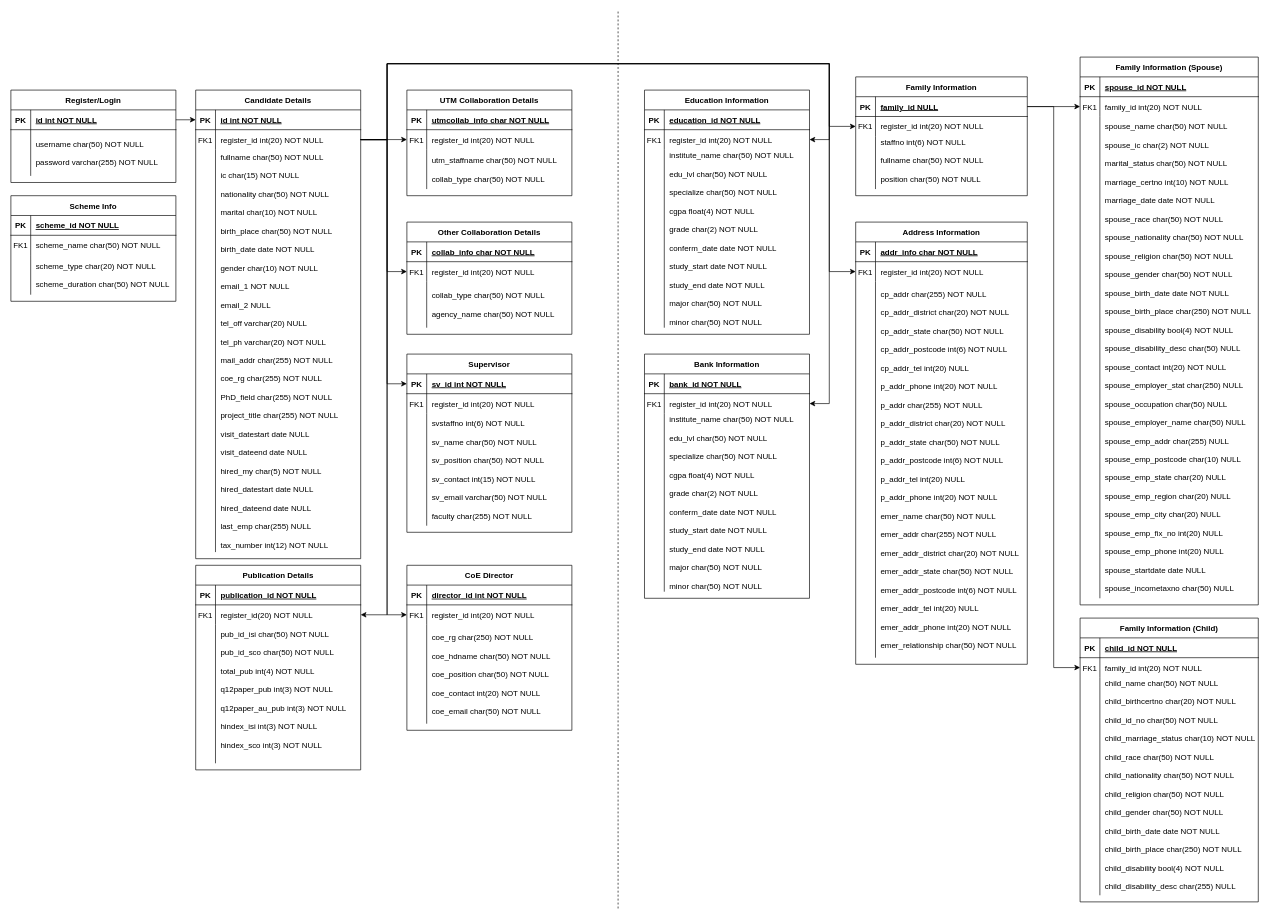
Above: Untitled Diagram.drawio in MohdSanusi/RF (draw.io), before the change. Source tidied: cells renumbered, new cells numbered last; positions are measured from the earlier drawing's top-left corner, leaving out a move shared by most shapes. Both pictures are drawn from the tidied source at 66%, with x=0, y=0 at pixel (11, 11).
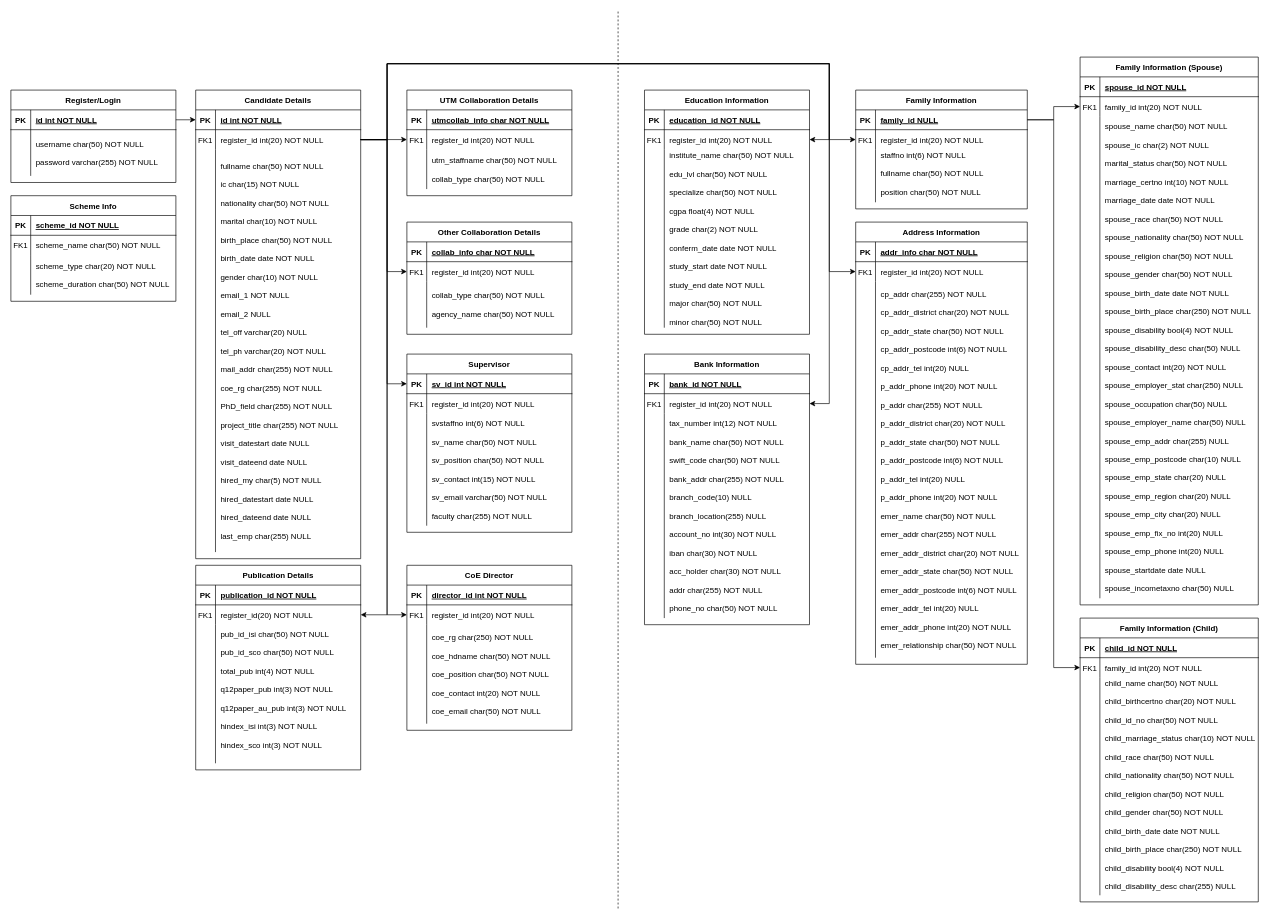
The same page after the edit.

Unchanged cells that the change refers to:
```xml
<mxCell id="6" style="shape=partialRectangle;fillColor=none;points=[[0,0.5],[1,0.5]];portConstraint=eastwest;top=0;left=0;right=0;bottom=0;" parent="2" vertex="1">
  <mxGeometry y="60" width="250" height="30" as="geometry" />
</mxCell>
<mxCell id="9" style="shape=partialRectangle;fillColor=none;top=0;left=0;right=0;bottom=0;" parent="2" vertex="1">
  <mxGeometry y="90" width="250" height="610" as="geometry" />
</mxCell>
<mxCell id="87" style="shape=partialRectangle;fillColor=none;points=[[0,0.5],[1,0.5]];portConstraint=eastwest;top=0;left=0;right=0;bottom=1;" parent="86" vertex="1">
  <mxGeometry y="30" width="260" height="30" as="geometry" />
</mxCell>
<mxCell id="90" style="shape=partialRectangle;fillColor=none;points=[[0,0.5],[1,0.5]];portConstraint=eastwest;top=0;left=0;right=0;bottom=0;" parent="86" vertex="1">
  <mxGeometry y="60" width="260" height="30" as="geometry" />
</mxCell>
<mxCell id="121" style="shape=partialRectangle;fillColor=none;points=[[0,0.5],[1,0.5]];portConstraint=eastwest;top=0;left=0;right=0;bottom=0;" parent="117" vertex="1">
  <mxGeometry y="60" width="270" height="30" as="geometry" />
</mxCell>
```

Diff of the diagram source:
```diff
@@
-    <mxCell id="11" value="fullname char(50) NOT NULL&#10;&#10;ic char(15) NOT NULL&#10;&#10;nationality char(50) NOT NULL&#10;&#10;marital char(10) NOT NULL&#10;&#10;birth_place char(50) NOT NULL&#10;&#10;birth_date date NOT NULL&#10;&#10;gender char(10) NOT NULL&#10;&#10;email_1 NOT NULL&#10;&#10;email_2 NULL&#10;&#10;tel_off varchar(20) NULL&#10;&#10;tel_ph varchar(20) NOT NULL&#10;&#10;mail_addr char(255) NOT NULL&#10;&#10;coe_rg char(255) NOT NULL&#10;&#10;PhD_field char(255) NOT NULL&#10;&#10;project_title char(255) NOT NULL&#10;&#10;visit_datestart date NULL&#10;&#10;visit_dateend date NULL&#10;&#10;hired_my char(5) NOT NULL&#10;&#10;hired_datestart date NULL&#10;&#10;hired_dateend date NULL&#10;&#10;last_emp char(255) NULL&#10;&#10;tax_number int(12) NOT NULL" style="shape=partialRectangle;overflow=hidden;fillColor=none;top=0;left=0;bottom=0;right=0;align=left;spacingLeft=6;" parent="9" vertex="1">
+    <mxCell id="11" value="fullname char(50) NOT NULL&#10;&#10;ic char(15) NOT NULL&#10;&#10;nationality char(50) NOT NULL&#10;&#10;marital char(10) NOT NULL&#10;&#10;birth_place char(50) NOT NULL&#10;&#10;birth_date date NOT NULL&#10;&#10;gender char(10) NOT NULL&#10;&#10;email_1 NOT NULL&#10;&#10;email_2 NULL&#10;&#10;tel_off varchar(20) NULL&#10;&#10;tel_ph varchar(20) NOT NULL&#10;&#10;mail_addr char(255) NOT NULL&#10;&#10;coe_rg char(255) NOT NULL&#10;&#10;PhD_field char(255) NOT NULL&#10;&#10;project_title char(255) NOT NULL&#10;&#10;visit_datestart date NULL&#10;&#10;visit_dateend date NULL&#10;&#10;hired_my char(5) NOT NULL&#10;&#10;hired_datestart date NULL&#10;&#10;hired_dateend date NULL&#10;&#10;last_emp char(255) NULL" style="shape=partialRectangle;overflow=hidden;fillColor=none;top=0;left=0;bottom=0;right=0;align=left;spacingLeft=6;" parent="9" vertex="1">
       <mxGeometry x="30" width="220" height="610" as="geometry" />
     </mxCell>
@@
     <mxCell id="86" value="Family Information" style="shape=table;startSize=30;childLayout=tableLayout;rowLines=0;fontStyle=1;align=center;" parent="1" vertex="1">
-      <mxGeometry x="1280" y="100" width="260" height="180" as="geometry" />
+      <mxGeometry x="1280" y="120" width="260" height="180" as="geometry" />
     </mxCell>
@@
     <mxCell id="96" value="Bank Information" style="shape=table;startSize=30;childLayout=tableLayout;rowLines=0;fontStyle=1;align=center;" parent="1" vertex="1">
-      <mxGeometry x="960" y="520" width="250" height="370" as="geometry" />
+      <mxGeometry x="960" y="520" width="250" height="410" as="geometry" />
     </mxCell>
@@
     <mxCell id="103" style="shape=partialRectangle;fillColor=none;top=0;left=0;right=0;bottom=0;" parent="96" vertex="1">
-      <mxGeometry y="90" width="250" height="270" as="geometry" />
+      <mxGeometry y="90" width="250" height="310" as="geometry" />
     </mxCell>
     <mxCell id="104" style="shape=partialRectangle;overflow=hidden;fillColor=none;top=0;left=0;bottom=0;right=0;" parent="103" vertex="1">
-      <mxGeometry width="30" height="270" as="geometry" />
+      <mxGeometry width="30" height="310" as="geometry" />
     </mxCell>
-    <mxCell id="105" value="institute_name char(50) NOT NULL&#10;&#10;edu_lvl char(50) NOT NULL&#10;&#10;specialize char(50) NOT NULL&#10;&#10;cgpa float(4) NOT NULL&#10;&#10;grade char(2) NOT NULL&#10;&#10;conferm_date date NOT NULL&#10;&#10;study_start date NOT NULL&#10;&#10;study_end date NOT NULL&#10;&#10;major char(50) NOT NULL&#10;&#10;minor char(50) NOT NULL" style="shape=partialRectangle;overflow=hidden;fillColor=none;top=0;left=0;bottom=0;right=0;align=left;spacingLeft=6;" parent="103" vertex="1">
-      <mxGeometry x="30" width="220" height="270" as="geometry" />
+    <mxCell id="105" value="tax_number int(12) NOT NULL&#10;&#10;bank_name char(50) NOT NULL&#10;&#10;swift_code char(50) NOT NULL&#10;&#10;bank_addr char(255) NOT NULL&#10;&#10;branch_code(10) NULL&#10;&#10;branch_location(255) NULL&#10;&#10;account_no int(30) NOT NULL&#10;&#10;iban char(30) NOT NULL&#10;&#10;acc_holder char(30) NOT NULL&#10;&#10;addr char(255) NOT NULL&#10;&#10;phone_no char(50) NOT NULL" style="shape=partialRectangle;overflow=hidden;fillColor=none;top=0;left=0;bottom=0;right=0;align=left;spacingLeft=6;" parent="103" vertex="1">
+      <mxGeometry x="30" width="220" height="310" as="geometry" />
     </mxCell>
@@
     <mxCell id="127" style="edgeStyle=orthogonalEdgeStyle;rounded=0;jettySize=auto;html=1;exitX=1;exitY=0.5;exitDx=0;exitDy=0;entryX=0;entryY=0.5;entryDx=0;entryDy=0;" parent="1" edge="1" source="87" target="121">
       <mxGeometry relative="1" as="geometry">
         <Array as="points">
-          <mxPoint x="1580" y="145" />
+          <mxPoint x="1580" y="165" />
           <mxPoint x="1580" y="995" />
         </Array>
       </mxGeometry>
     </mxCell>
     <mxCell id="128" style="edgeStyle=orthogonalEdgeStyle;rounded=0;jettySize=auto;html=1;exitX=1;exitY=0.5;exitDx=0;exitDy=0;entryX=0;entryY=0.5;entryDx=0;entryDy=0;" parent="1" edge="1" source="6" target="90">
       <mxGeometry relative="1" as="geometry">
         <Array as="points">
           <mxPoint x="570" y="195" />
           <mxPoint x="570" y="80" />
           <mxPoint x="1240" y="80" />
-          <mxPoint x="1240" y="175" />
+          <mxPoint x="1240" y="195" />
         </Array>
       </mxGeometry>
     </mxCell>
```
